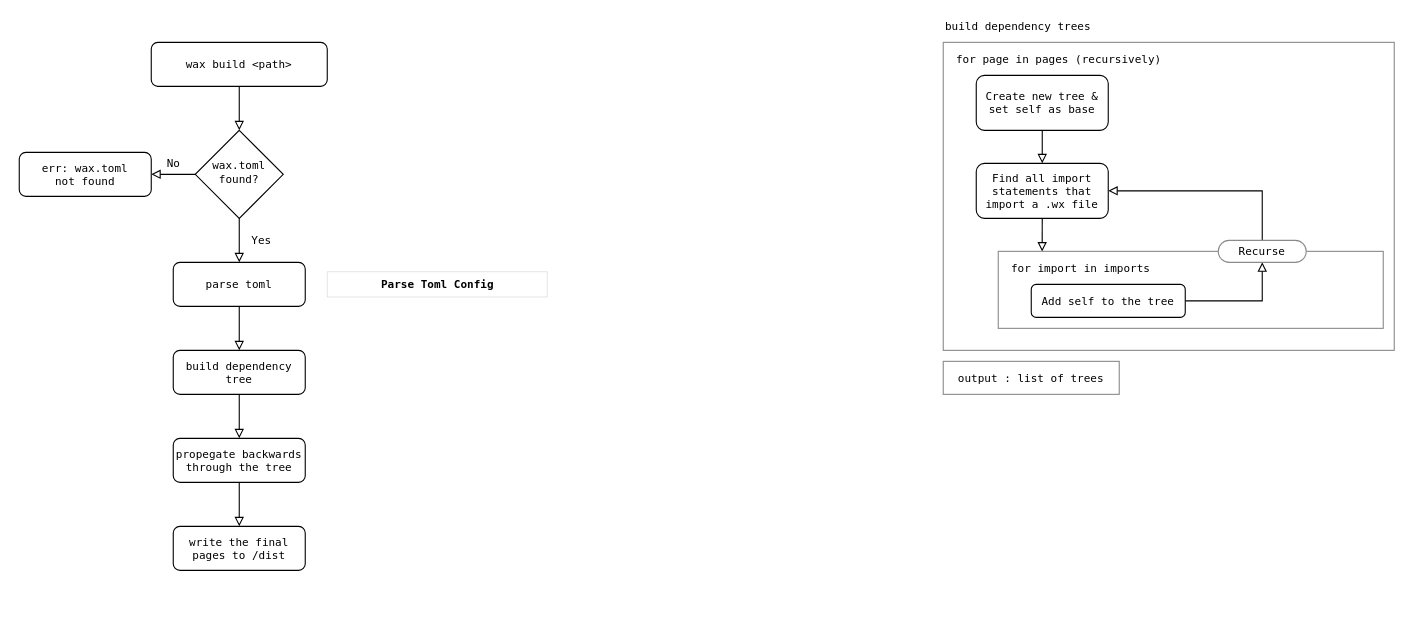
Before: .github/wax-compiler.drawio in mxcop/wax, a draw.io diagram. Source tidied: cells renumbered, new cells numbered last; positions are measured from the earlier drawing's top-left corner, leaving out a move shared by most shapes. Both pictures are drawn from the tidied source at 110%, with x=0, y=0 at pixel (19, 20).
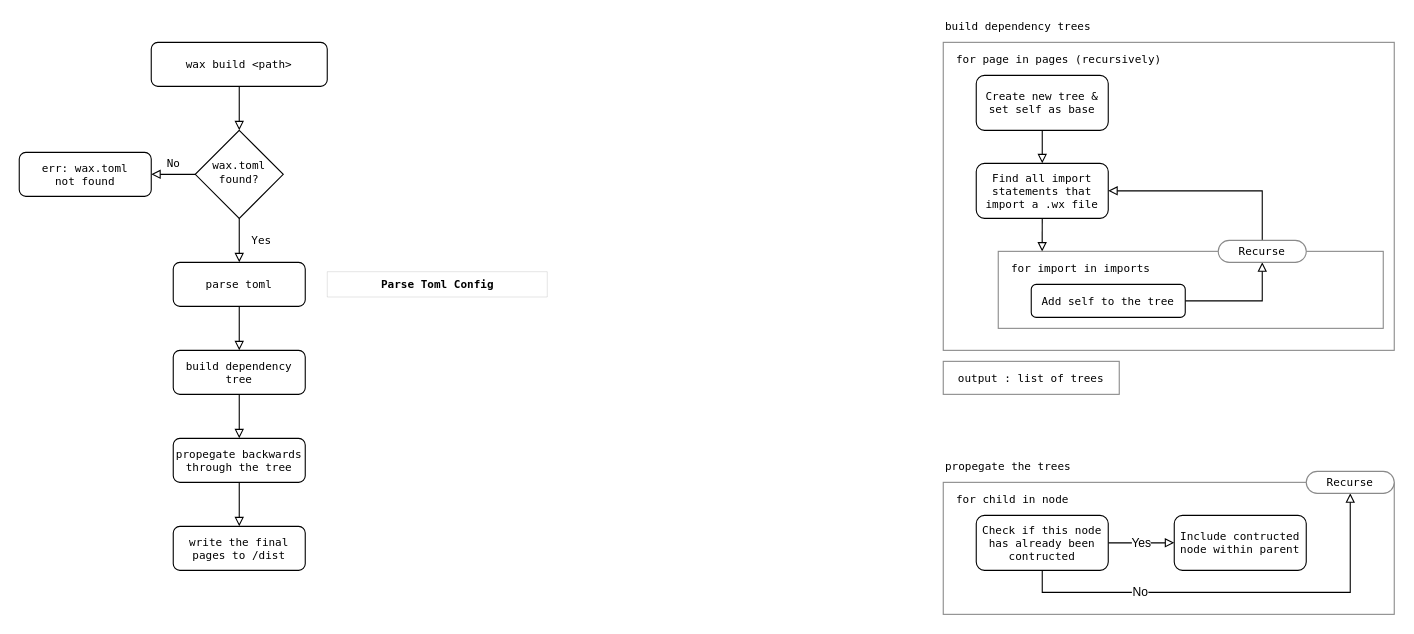
Above is the later version.

Change to the diagram source:
```diff
@@
+    <mxCell id="31" style="rounded=0;whiteSpace=wrap;html=1;labelBackgroundColor=none;labelBorderColor=none;fontFamily=Lucida Console;fontSize=10;fontColor=default;strokeColor=#8A8A8A;strokeWidth=1;fillColor=none;" parent="1" vertex="1">
+      <mxGeometry x="840" y="420" width="410" height="120" as="geometry" />
+    </mxCell>
+    <mxCell id="32" value="propegate the trees" style="text;html=1;strokeColor=none;fillColor=none;align=left;verticalAlign=middle;whiteSpace=wrap;rounded=0;labelBackgroundColor=none;labelBorderColor=none;fontFamily=Lucida Console;fontSize=10;fontColor=default;" parent="1" vertex="1">
+      <mxGeometry x="840" y="400" width="240" height="10" as="geometry" />
+    </mxCell>
+    <mxCell id="33" value="for child in node" style="text;html=1;strokeColor=none;fillColor=none;align=left;verticalAlign=middle;whiteSpace=wrap;rounded=0;labelBackgroundColor=none;labelBorderColor=none;fontFamily=Lucida Console;fontSize=10;fontColor=default;" parent="1" vertex="1">
+      <mxGeometry x="850" y="430" width="240" height="10" as="geometry" />
+    </mxCell>
+    <mxCell id="34" value="Yes" style="edgeStyle=orthogonalEdgeStyle;rounded=0;jettySize=auto;html=1;exitX=1;exitY=0.5;exitDx=0;exitDy=0;entryX=0;entryY=0.5;entryDx=0;entryDy=0;endArrow=block;endFill=0;" parent="1" edge="1" source="36" target="37">
+      <mxGeometry relative="1" as="geometry" />
+    </mxCell>
+    <mxCell id="35" value="No" style="edgeStyle=orthogonalEdgeStyle;rounded=0;jettySize=auto;html=1;exitX=0.5;exitY=1;exitDx=0;exitDy=0;entryX=0.5;entryY=1;entryDx=0;entryDy=0;endArrow=block;endFill=0;" parent="1" edge="1" source="36" target="38">
+      <mxGeometry x="-0.44" relative="1" as="geometry" />
+    </mxCell>
+    <mxCell id="36" value="Check if this node has already been contructed" style="rounded=1;whiteSpace=wrap;html=1;labelBackgroundColor=none;labelBorderColor=none;fontFamily=Lucida Console;fontSize=10;strokeWidth=1;" parent="1" vertex="1">
+      <mxGeometry x="870" y="450" width="120" height="50" as="geometry" />
+    </mxCell>
+    <mxCell id="37" value="Include contructed node within parent" style="rounded=1;whiteSpace=wrap;html=1;labelBackgroundColor=none;labelBorderColor=none;fontFamily=Lucida Console;fontSize=10;strokeWidth=1;" parent="1" vertex="1">
+      <mxGeometry x="1050" y="450" width="120" height="50" as="geometry" />
+    </mxCell>
+    <mxCell id="38" value="Recurse" style="rounded=1;whiteSpace=wrap;html=1;labelBackgroundColor=none;labelBorderColor=none;fontFamily=Lucida Console;fontSize=10;strokeWidth=1;arcSize=50;strokeColor=#8A8A8A;" parent="1" vertex="1">
+      <mxGeometry x="1170" y="410" width="80" height="20" as="geometry" />
+    </mxCell>
```
